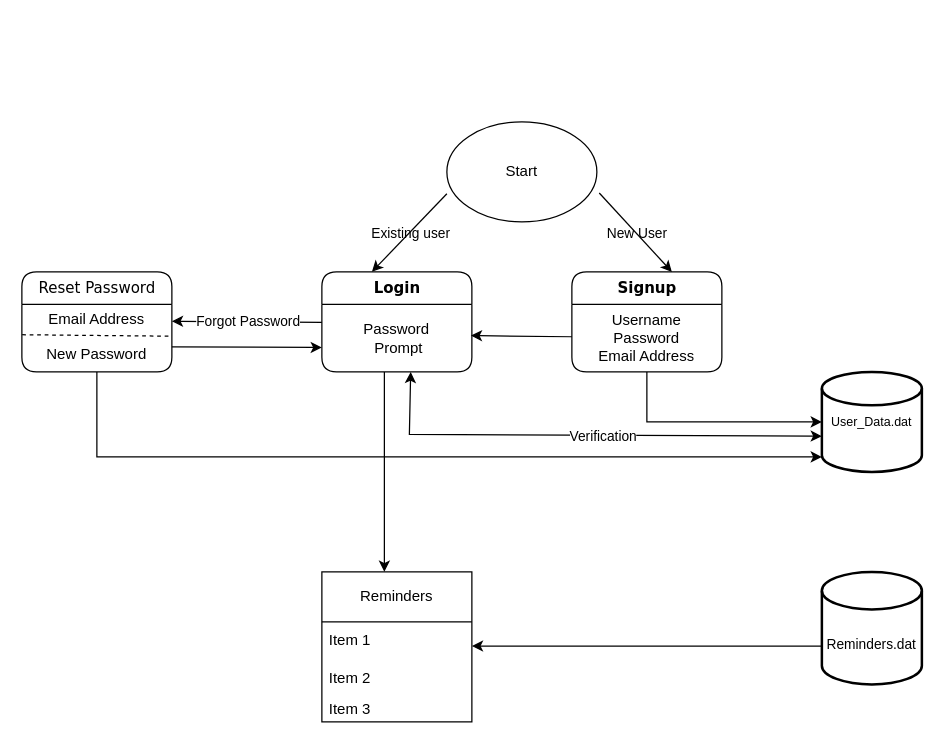
Nischall01/DDMS keeps this draw.io diagram as Untitled Diagram.drawio. Above is the earlier version. Source tidied: cells renumbered, new cells numbered last; positions are measured from the earlier drawing's top-left corner, leaving out a move shared by most shapes. Both pictures are drawn from the tidied source at 125%, with x=0, y=0 at pixel (21, 121).
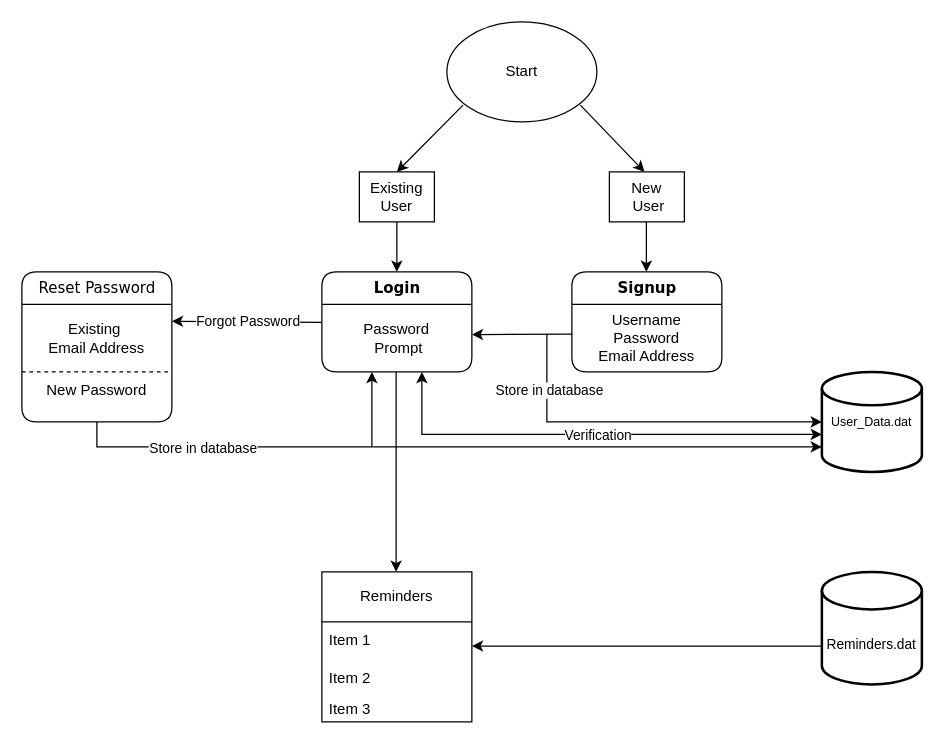
Above is the later version.

The change refers to these unchanged cells:
```xml
<mxCell id="3" value="&lt;div align=&quot;center&quot;&gt;Username&lt;/div&gt;&lt;div align=&quot;center&quot;&gt;Password&lt;/div&gt;&lt;div align=&quot;center&quot;&gt;Email Address&lt;/div&gt;" style="text;strokeColor=none;fillColor=none;align=center;verticalAlign=middle;spacingLeft=4;spacingRight=4;overflow=hidden;points=[[0,0.5],[1,0.5]];portConstraint=eastwest;whiteSpace=wrap;html=1;labelBackgroundColor=none;" parent="2" vertex="1">
  <mxGeometry y="26" width="120" height="54" as="geometry" />
</mxCell>
<mxCell id="9" value="&lt;h4&gt;Login&lt;/h4&gt;" style="swimlane;html=1;fontStyle=0;horizontal=1;startSize=26;swimlaneFillColor=#ffffff;align=center;rounded=1;shadow=0;comic=0;labelBackgroundColor=none;strokeWidth=1;fontFamily=Verdana;fontSize=12;" parent="1" vertex="1">
  <mxGeometry x="240" y="120" width="120" height="80" as="geometry" />
</mxCell>
<mxCell id="18" value="&lt;p style=&quot;line-height: 120%;&quot;&gt;&lt;/p&gt;&lt;div align=&quot;center&quot;&gt;&lt;font style=&quot;font-size: 10px;&quot;&gt;User_Data.dat&lt;/font&gt;&lt;/div&gt;&lt;p&gt;&lt;/p&gt;" style="strokeWidth=2;html=1;shape=mxgraph.flowchart.database;whiteSpace=wrap;align=center;" parent="1" vertex="1">
  <mxGeometry x="640" y="200" width="80" height="80" as="geometry" />
</mxCell>
<mxCell id="30" value="&lt;div align=&quot;center&quot;&gt;Password&lt;/div&gt;&lt;div&gt;&amp;nbsp;Prompt&lt;/div&gt;" style="text;strokeColor=none;fillColor=none;align=center;verticalAlign=middle;spacingLeft=4;spacingRight=4;overflow=hidden;points=[[0,0.5],[1,0.5]];portConstraint=eastwest;whiteSpace=wrap;html=1;labelBackgroundColor=none;" parent="1" vertex="1">
  <mxGeometry x="240" y="146" width="120" height="54" as="geometry" />
</mxCell>
```

What changed in the source:
```diff
@@
     <mxCell id="4" value="Start" style="ellipse;whiteSpace=wrap;html=1;labelBackgroundColor=none;" parent="1" vertex="1">
-      <mxGeometry x="340" width="120" height="80" as="geometry" />
+      <mxGeometry x="340" y="-80" width="120" height="80" as="geometry" />
     </mxCell>
-    <mxCell id="5" style="endArrow=classic;html=1;rounded=0;exitX=0;exitY=0.719;exitDx=0;exitDy=0;exitPerimeter=0;labelBackgroundColor=none;fontColor=default;" parent="1" edge="1" source="4">
+    <mxCell id="5" style="endArrow=classic;html=1;rounded=0;exitX=0.108;exitY=0.832;exitDx=0;exitDy=0;exitPerimeter=0;labelBackgroundColor=none;fontColor=default;" parent="1" edge="1" source="4">
       <mxGeometry relative="1" as="geometry">
-        <mxPoint x="280" y="120" as="targetPoint" />
+        <mxPoint x="300" y="40" as="targetPoint" />
       </mxGeometry>
     </mxCell>
-    <mxCell id="6" value="&lt;div&gt;Existing user&lt;/div&gt;" style="edgeLabel;html=1;align=center;verticalAlign=middle;labelBackgroundColor=none;" parent="5" vertex="1">
-      <mxGeometry relative="1" as="geometry" />
-    </mxCell>
-    <mxCell id="7" style="endArrow=classic;html=1;rounded=0;exitX=1.016;exitY=0.711;exitDx=0;exitDy=0;exitPerimeter=0;labelBackgroundColor=none;fontColor=default;" parent="1" edge="1" source="4">
+    <mxCell id="7" style="endArrow=classic;html=1;rounded=0;exitX=0.89;exitY=0.832;exitDx=0;exitDy=0;exitPerimeter=0;labelBackgroundColor=none;fontColor=default;" parent="1" edge="1" source="4">
       <mxGeometry relative="1" as="geometry">
-        <mxPoint x="520" y="120" as="targetPoint" />
+        <mxPoint x="498.1" y="40" as="targetPoint" />
       </mxGeometry>
     </mxCell>
-    <mxCell id="8" value="&lt;div&gt;New User&lt;/div&gt;" style="edgeLabel;html=1;align=center;verticalAlign=middle;labelBackgroundColor=none;" parent="7" vertex="1">
-      <mxGeometry relative="1" as="geometry" />
-    </mxCell>
@@
     <mxCell id="10" value="&lt;p&gt;Reset Password&lt;/p&gt;" style="swimlane;html=1;fontStyle=0;horizontal=1;startSize=26;swimlaneFillColor=#ffffff;align=center;rounded=1;shadow=0;comic=0;labelBackgroundColor=none;strokeWidth=1;fontFamily=Verdana;fontSize=12;" parent="1" vertex="1">
-      <mxGeometry y="120" width="120" height="80" as="geometry" />
+      <mxGeometry y="120" width="120" height="120" as="geometry" />
     </mxCell>
-    <mxCell id="11" value="Email Address" style="text;strokeColor=none;fillColor=none;align=center;verticalAlign=middle;spacingLeft=4;spacingRight=4;overflow=hidden;points=[[0,0.5],[1,0.5]];portConstraint=eastwest;whiteSpace=wrap;html=1;labelBackgroundColor=none;" parent="10" vertex="1">
-      <mxGeometry y="26" width="120" height="24" as="geometry" />
+    <mxCell id="11" value="&lt;div&gt;Existing&amp;nbsp;&lt;/div&gt;&lt;div&gt;Email Address&lt;/div&gt;" style="text;strokeColor=none;fillColor=none;align=center;verticalAlign=middle;spacingLeft=4;spacingRight=4;overflow=hidden;points=[[0,0.5],[1,0.5]];portConstraint=eastwest;whiteSpace=wrap;html=1;labelBackgroundColor=none;" parent="10" vertex="1">
+      <mxGeometry y="26" width="120" height="54" as="geometry" />
     </mxCell>
-    <mxCell id="12" style="endArrow=none;dashed=1;html=1;rounded=0;exitX=0.002;exitY=1.012;exitDx=0;exitDy=0;exitPerimeter=0;entryX=0.993;entryY=1.061;entryDx=0;entryDy=0;entryPerimeter=0;" parent="10" edge="1" source="11" target="11">
-      <mxGeometry relative="1" as="geometry" />
+    <mxCell id="12" style="endArrow=none;dashed=1;html=1;rounded=0;" parent="10" edge="1">
+      <mxGeometry relative="1" as="geometry">
+        <mxPoint y="80" as="sourcePoint" />
+        <mxPoint x="120" y="80" as="targetPoint" />
+      </mxGeometry>
     </mxCell>
+    <mxCell id="16" value="&lt;div align=&quot;center&quot;&gt;New Password&lt;/div&gt;" style="text;html=1;strokeColor=none;fillColor=none;align=center;verticalAlign=middle;whiteSpace=wrap;rounded=0;" parent="10" vertex="1">
+      <mxGeometry y="80" width="120" height="29" as="geometry" />
+    </mxCell>
@@
-    <mxCell id="15" style="endArrow=classic;html=1;rounded=0;entryX=0.993;entryY=0.232;entryDx=0;entryDy=0;entryPerimeter=0;" parent="1" edge="1">
+    <mxCell id="15" style="endArrow=classic;html=1;rounded=0;entryX=0.997;entryY=0.449;entryDx=0;entryDy=0;entryPerimeter=0;exitX=-0.005;exitY=0.44;exitDx=0;exitDy=0;exitPerimeter=0;" parent="1" edge="1">
       <mxGeometry relative="1" as="geometry">
-        <mxPoint x="440" y="171.9" as="sourcePoint" />
-        <mxPoint x="359.2" y="171" as="targetPoint" />
+        <mxPoint x="440.4" y="169.8" as="sourcePoint" />
+        <mxPoint x="360" y="170.2" as="targetPoint" />
       </mxGeometry>
     </mxCell>
-    <mxCell id="16" value="&lt;div align=&quot;center&quot;&gt;New Password&lt;/div&gt;" style="text;html=1;strokeColor=none;fillColor=none;align=center;verticalAlign=middle;whiteSpace=wrap;rounded=0;" parent="1" vertex="1">
-      <mxGeometry y="171" width="120" height="29" as="geometry" />
-    </mxCell>
-    <mxCell id="17" style="endArrow=classic;html=1;rounded=0;exitX=1;exitY=0.5;exitDx=0;exitDy=0;" parent="1" edge="1">
+    <mxCell id="17" style="endArrow=classic;html=1;rounded=0;entryX=0.248;entryY=1.103;entryDx=0;entryDy=0;entryPerimeter=0;" parent="1" edge="1">
       <mxGeometry relative="1" as="geometry">
-        <mxPoint x="120" y="180" as="sourcePoint" />
-        <mxPoint x="240" y="180.5" as="targetPoint" />
+        <mxPoint x="280" y="260" as="sourcePoint" />
+        <mxPoint x="280" y="200" as="targetPoint" />
       </mxGeometry>
     </mxCell>
@@
-    <mxCell id="19" style="endArrow=classic;html=1;rounded=0;entryX=0;entryY=0.5;entryDx=0;entryDy=0;entryPerimeter=0;exitX=0.5;exitY=1;exitDx=0;exitDy=0;exitPerimeter=0;" parent="1" edge="1" source="3" target="18">
+    <mxCell id="19" style="endArrow=classic;html=1;rounded=0;entryX=0;entryY=0.5;entryDx=0;entryDy=0;entryPerimeter=0;" parent="1" edge="1" target="18">
       <mxGeometry relative="1" as="geometry">
+        <mxPoint x="420" y="170" as="sourcePoint" />
         <Array as="points">
-          <mxPoint x="500" y="240" />
+          <mxPoint x="420" y="240" />
         </Array>
       </mxGeometry>
     </mxCell>
+    <mxCell id="31" value="&lt;div&gt;Store in database&lt;/div&gt;" style="edgeLabel;html=1;align=center;verticalAlign=middle;" parent="19" vertex="1">
+      <mxGeometry x="-0.81" y="1" relative="1" as="geometry">
+        <mxPoint y="16" as="offset" />
+      </mxGeometry>
+    </mxCell>
-    <mxCell id="20" style="endArrow=classic;startArrow=classic;html=1;rounded=0;exitX=-0.055;exitY=0.643;exitDx=0;exitDy=0;exitPerimeter=0;entryX=0.592;entryY=1;entryDx=0;entryDy=0;entryPerimeter=0;" parent="1" edge="1" target="30">
+    <mxCell id="20" style="endArrow=classic;startArrow=classic;html=1;rounded=0;" parent="1" edge="1">
       <mxGeometry relative="1" as="geometry">
-        <mxPoint x="640" y="251.4" as="sourcePoint" />
+        <mxPoint x="640" y="250" as="sourcePoint" />
+        <mxPoint x="320" y="200" as="targetPoint" />
         <Array as="points">
-          <mxPoint x="310" y="250" />
+          <mxPoint x="320" y="250" />
         </Array>
       </mxGeometry>
     </mxCell>
     <mxCell id="21" value="&lt;div&gt;Verification&lt;/div&gt;" style="edgeLabel;html=1;align=center;verticalAlign=middle;" parent="20" vertex="1">
       <mxGeometry x="0.05" y="1" relative="1" as="geometry">
-        <mxPoint x="25" as="offset" />
+        <mxPoint x="14" y="-1" as="offset" />
       </mxGeometry>
     </mxCell>
     <mxCell id="22" style="endArrow=classic;html=1;rounded=0;" parent="1" edge="1">
       <mxGeometry relative="1" as="geometry">
-        <mxPoint x="290" y="200" as="sourcePoint" />
-        <mxPoint x="290" y="360" as="targetPoint" />
+        <mxPoint x="299.4" y="200" as="sourcePoint" />
+        <mxPoint x="299.4" y="360" as="targetPoint" />
       </mxGeometry>
     </mxCell>
-    <mxCell id="23" style="endArrow=classic;html=1;rounded=0;entryX=0;entryY=0.85;entryDx=0;entryDy=0;entryPerimeter=0;" parent="1" edge="1" target="18">
+    <mxCell id="23" style="endArrow=classic;html=1;rounded=0;exitX=0.5;exitY=1;exitDx=0;exitDy=0;" parent="1" edge="1">
       <mxGeometry relative="1" as="geometry">
-        <mxPoint x="60" y="200" as="sourcePoint" />
+        <mxPoint x="60" y="240" as="sourcePoint" />
+        <mxPoint x="640" y="260" as="targetPoint" />
         <Array as="points">
-          <mxPoint x="60" y="268" />
+          <mxPoint x="60" y="260" />
+          <mxPoint x="260" y="260" />
+          <mxPoint x="630" y="260" />
         </Array>
       </mxGeometry>
     </mxCell>
+    <mxCell id="32" value="Store in database" style="edgeLabel;html=1;align=center;verticalAlign=middle;" parent="23" vertex="1">
+      <mxGeometry x="-0.92" relative="1" as="geometry">
+        <mxPoint x="80" as="offset" />
+      </mxGeometry>
+    </mxCell>
@@
+    <mxCell id="33" value="Existing User" style="rounded=0;whiteSpace=wrap;html=1;" parent="1" vertex="1">
+      <mxGeometry x="270" y="40" width="60" height="40" as="geometry" />
+    </mxCell>
+    <mxCell id="8" value="&lt;div&gt;New&lt;/div&gt;&lt;div&gt;&amp;nbsp;User&lt;/div&gt;" style="rounded=0;whiteSpace=wrap;html=1;" parent="1" vertex="1">
+      <mxGeometry x="470" y="40" width="60" height="40" as="geometry" />
+    </mxCell>
+    <mxCell id="34" style="endArrow=classic;html=1;rounded=0;entryX=0.5;entryY=0;entryDx=0;entryDy=0;" parent="1" edge="1" target="9">
+      <mxGeometry relative="1" as="geometry">
+        <mxPoint x="300" y="80" as="sourcePoint" />
+      </mxGeometry>
+    </mxCell>
+    <mxCell id="35" style="endArrow=classic;html=1;rounded=0;entryX=0.5;entryY=0;entryDx=0;entryDy=0;" parent="1" edge="1">
+      <mxGeometry relative="1" as="geometry">
+        <mxPoint x="499.6" y="80" as="sourcePoint" />
+        <mxPoint x="499.6" y="120" as="targetPoint" />
+      </mxGeometry>
+    </mxCell>
```
